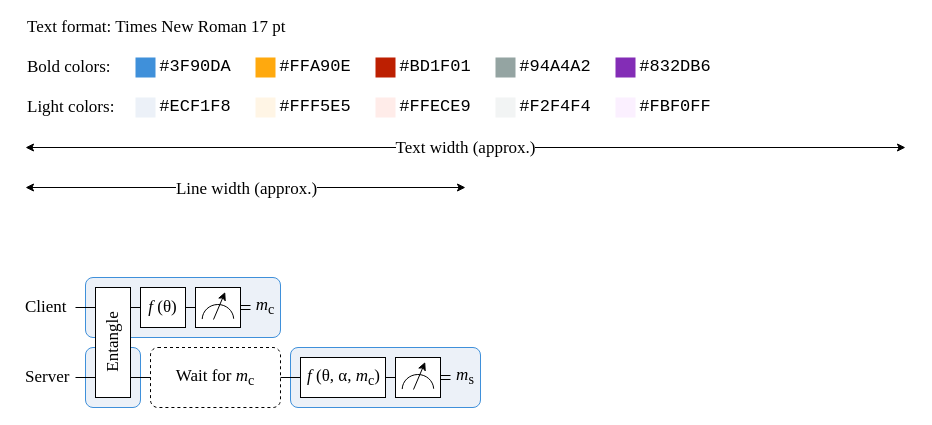
The draw.io diagram figures/del-comp.drawio in cdelledonne/phd-thesis, before the edit. Source tidied: cells renumbered, new cells numbered last; positions are measured from the earlier drawing's top-left corner, leaving out a move shared by most shapes. Both pictures are drawn from the tidied source at 100%, with x=0, y=0 at pixel (25, 17).
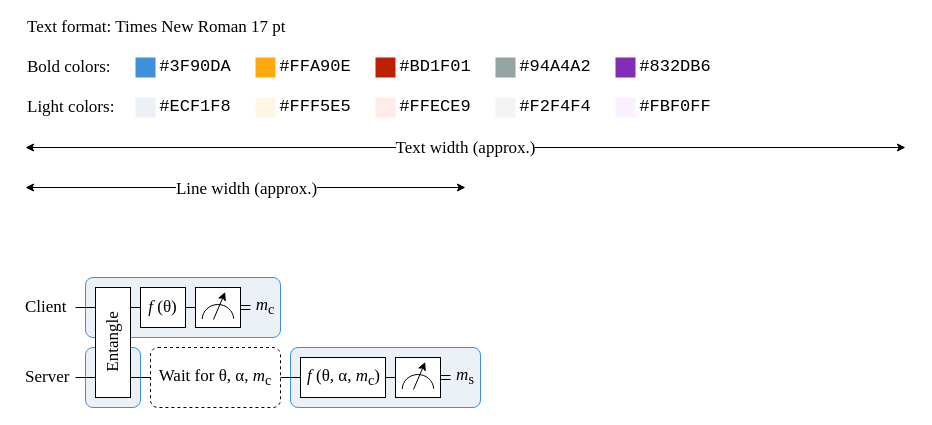
Above is the later version.

What changed in the source:
```diff
@@
-    <mxCell id="52" value="Wait for &lt;i&gt;m&lt;/i&gt;&lt;sub&gt;c&lt;/sub&gt;" style="rounded=1;whiteSpace=wrap;html=1;strokeWidth=1;fontFamily=Times New Roman;fontSize=17;align=center;verticalAlign=middle;spacingRight=0;spacingLeft=0;spacingTop=0;spacing=0;absoluteArcSize=1;arcSize=15;fontStyle=0;shadow=0;sketch=0;dashed=1;" parent="1" vertex="1">
+    <mxCell id="52" value="Wait for θ, α,&amp;nbsp;&lt;i&gt;m&lt;/i&gt;&lt;sub&gt;c&lt;/sub&gt;" style="rounded=1;whiteSpace=wrap;html=1;strokeWidth=1;fontFamily=Times New Roman;fontSize=17;align=center;verticalAlign=middle;spacingRight=0;spacingLeft=0;spacingTop=0;spacing=0;absoluteArcSize=1;arcSize=15;fontStyle=0;shadow=0;sketch=0;dashed=1;" parent="1" vertex="1">
       <mxGeometry x="125" y="330" width="130" height="60" as="geometry" />
     </mxCell>
```
